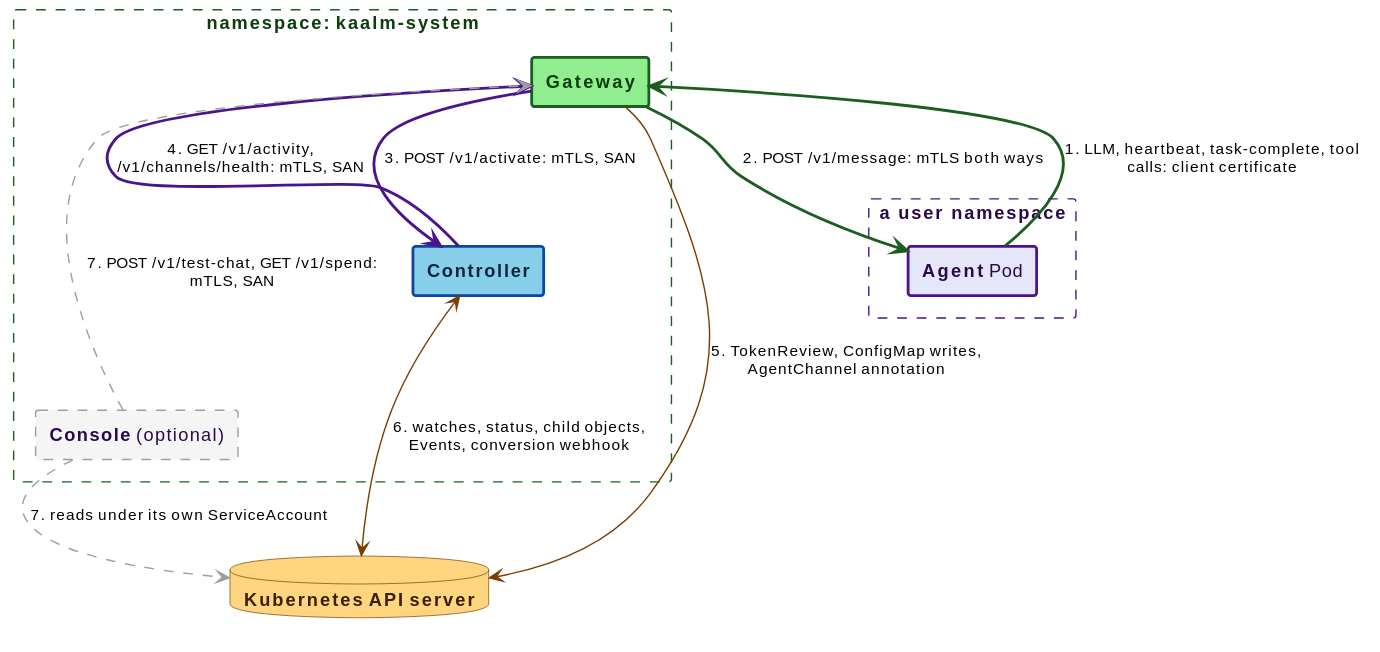
Above: docs/src/diagrams/traffic-inside.svg in win07xp/kaalm (PlantUML), before the change. Source of this version:
```plantuml
@startuml
!include _style.puml
skinparam nodesep 30
skinparam ranksep 46
skinparam rectangle {
  roundCorner 4
}
rectangle "namespace: **kaalm-system**" as nssys #line:1B5E20;line.dashed;text:0b3d0b {
  rectangle "**Gateway**" as GW #back:90EE90;line:1B5E20;line.bold;text:0b3d0b
  rectangle "**Controller**" as CTRL #back:87CEEB;line:0D47A1;line.bold;text:0a2540
  rectangle "**Console** (optional)" as CON #back:F5F5F5;line:9E9E9E;line.dashed;text:2a0a4a
}
rectangle "a user namespace" as nsuser #line:4A148C;line.dashed;text:2a0a4a {
  rectangle "**Agent** Pod" as AG #back:E6E6FA;line:4A148C;line.bold;text:2a0a4a
}
database "**Kubernetes API server**" as API #back:FFD580;line:7a3f00;text:3a1f00
AG -[#1B5E20,bold]-> GW : 1. LLM, heartbeat, task-complete, tool calls: client certificate
GW -[#1B5E20,bold]-> AG : 2. POST /v1/message: mTLS both ways
GW -[#4A148C,bold]-> CTRL : 3. POST /v1/activate: mTLS, SAN
CTRL -[#4A148C,bold]-> GW : 4. GET /v1/activity, /v1/channels/health: mTLS, SAN
GW -[#7a3f00]-> API : 5. TokenReview, ConfigMap writes, AgentChannel annotation
CTRL <-[#7a3f00]-> API : 6. watches, status, child objects, Events, conversion webhook
CON .[#9E9E9E].> GW : 7. POST /v1/test-chat, GET /v1/spend: mTLS, SAN
CON .[#9E9E9E].> API : 7. reads under its own ServiceAccount
GW -[hidden]down- CTRL
CTRL -[hidden]down- CON
@enduml
```
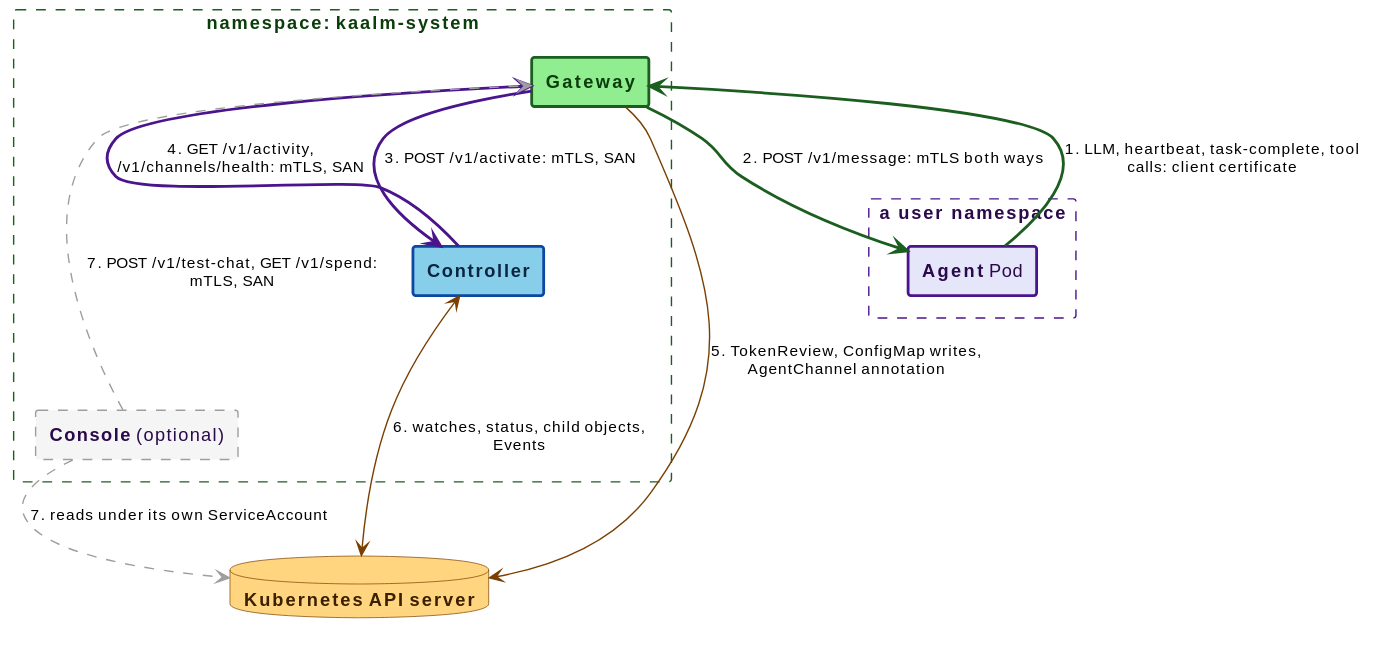
Above is the later version.

Diff of the diagram source:
```diff
@@ -19,7 +19,7 @@
 GW -[#4A148C,bold]-> CTRL : 3. POST /v1/activate: mTLS, SAN
 CTRL -[#4A148C,bold]-> GW : 4. GET /v1/activity, /v1/channels/health: mTLS, SAN
 GW -[#7a3f00]-> API : 5. TokenReview, ConfigMap writes, AgentChannel annotation
-CTRL <-[#7a3f00]-> API : 6. watches, status, child objects, Events, conversion webhook
+CTRL <-[#7a3f00]-> API : 6. watches, status, child objects, Events
 CON .[#9E9E9E].> GW : 7. POST /v1/test-chat, GET /v1/spend: mTLS, SAN
 CON .[#9E9E9E].> API : 7. reads under its own ServiceAccount
 GW -[hidden]down- CTRL
```
